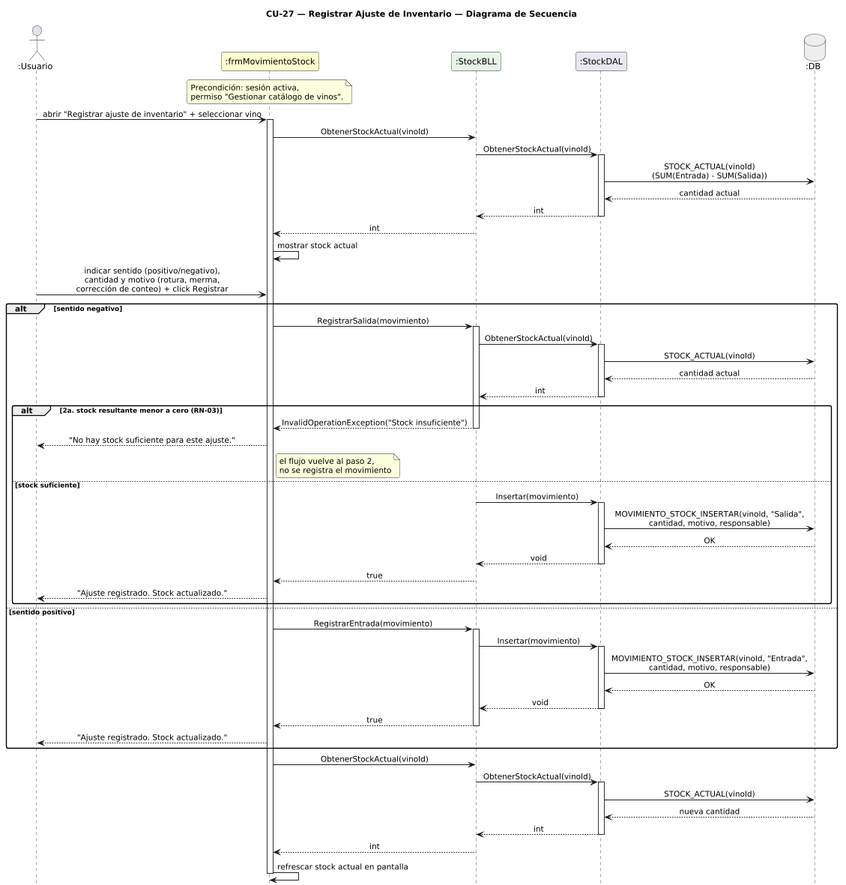
Earlier version of the PlantUML export DIAGRAMAS/DiagramaSecuencia_CU27_RegistrarAjusteInventario.png (Jesifu/club-de-vinos-td).
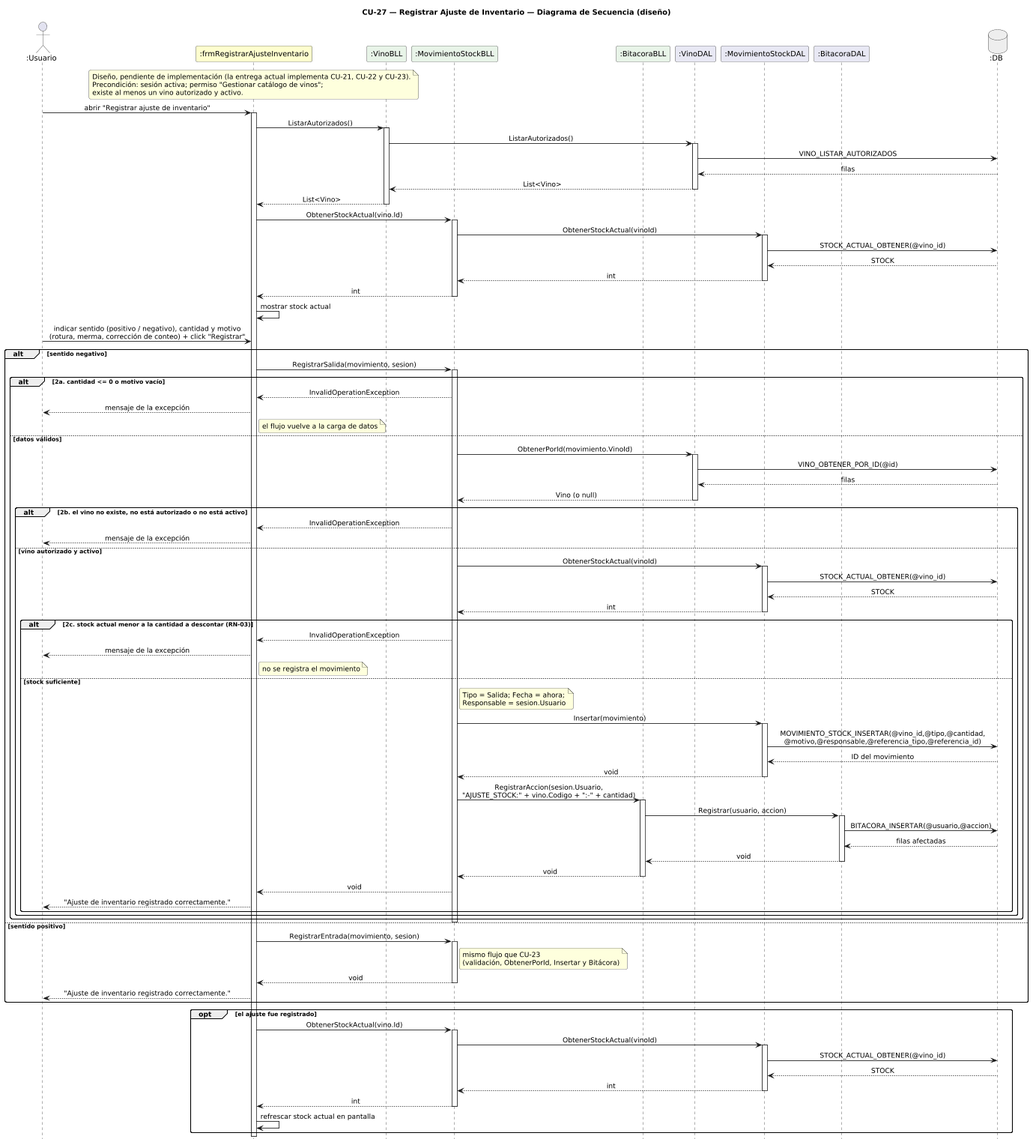
After the commit.

The edit, as a diff of the source:
```diff
@@ -1,87 +1,134 @@
 @startuml DiagramaSecuencia_CU27_RegistrarAjusteInventario
 
-title CU-27 — Registrar Ajuste de Inventario — Diagrama de Secuencia
+title CU-27 — Registrar Ajuste de Inventario — Diagrama de Secuencia (diseño)
 
 skinparam shadowing false
 skinparam roundcorner 6
 skinparam sequenceArrowThickness 1.2
 skinparam sequenceMessageAlign center
 hide footbox
-scale 0.8
+scale 0.7
 
-actor       ":Usuario"            as U
-participant ":frmMovimientoStock" as FM #FEFECE
-participant ":StockBLL"           as SB #E8F4E8
-participant ":StockDAL"           as SD #E8E8F4
-database    ":DB"                 as DB #EEEEEE
+actor       ":Usuario"                       as U
+participant ":frmRegistrarAjusteInventario"  as FJ #FEFECE
+participant ":VinoBLL"                       as VB #E8F4E8
+participant ":MovimientoStockBLL"            as MB #E8F4E8
+participant ":BitacoraBLL"                   as BB #E8F4E8
+participant ":VinoDAL"                       as VD #E8E8F4
+participant ":MovimientoStockDAL"            as MD #E8E8F4
+participant ":BitacoraDAL"                   as TD #E8E8F4
+database    ":DB"                            as DB #EEEEEE
 
-note over FM
-  Precondición: sesión activa,
-  permiso "Gestionar catálogo de vinos".
+note over FJ
+  Diseño, pendiente de implementación (la entrega actual implementa CU-21, CU-22 y CU-23).
+  Precondición: sesión activa; permiso "Gestionar catálogo de vinos";
+  existe al menos un vino autorizado y activo.
 end note
 
-U -> FM : abrir "Registrar ajuste de inventario" + seleccionar vino
-activate FM
-FM -> SB : ObtenerStockActual(vinoId)
-SB -> SD : ObtenerStockActual(vinoId)
-activate SD
-SD -> DB : STOCK_ACTUAL(vinoId)\n(SUM(Entrada) - SUM(Salida))
-DB --> SD : cantidad actual
-SD --> SB : int
-deactivate SD
-SB --> FM : int
-FM -> FM : mostrar stock actual
+U -> FJ : abrir "Registrar ajuste de inventario"
+activate FJ
+FJ -> VB : ListarAutorizados()
+activate VB
+VB -> VD : ListarAutorizados()
+activate VD
+VD -> DB : VINO_LISTAR_AUTORIZADOS
+DB --> VD : filas
+VD --> VB : List<Vino>
+deactivate VD
+VB --> FJ : List<Vino>
+deactivate VB
 
-U -> FM : indicar sentido (positivo/negativo),\ncantidad y motivo (rotura, merma,\ncorrección de conteo) + click Registrar
+FJ -> MB : ObtenerStockActual(vino.Id)
+activate MB
+MB -> MD : ObtenerStockActual(vinoId)
+activate MD
+MD -> DB : STOCK_ACTUAL_OBTENER(@vino_id)
+DB --> MD : STOCK
+MD --> MB : int
+deactivate MD
+MB --> FJ : int
+deactivate MB
+FJ -> FJ : mostrar stock actual
+
+U -> FJ : indicar sentido (positivo / negativo), cantidad y motivo\n(rotura, merma, corrección de conteo) + click "Registrar"
+
 alt sentido negativo
-  FM -> SB : RegistrarSalida(movimiento)
-  activate SB
-  SB -> SD : ObtenerStockActual(vinoId)
-  activate SD
-  SD -> DB : STOCK_ACTUAL(vinoId)
-  DB --> SD : cantidad actual
-  SD --> SB : int
-  deactivate SD
+  FJ -> MB : RegistrarSalida(movimiento, sesion)
+  activate MB
 
-  alt 2a. stock resultante menor a cero (RN-03)
-    SB --> FM : InvalidOperationException("Stock insuficiente")
-    deactivate SB
-    FM --> U : "No hay stock suficiente para este ajuste."
-    note right of FM : el flujo vuelve al paso 2,\nno se registra el movimiento
-  else stock suficiente
-    SB -> SD : Insertar(movimiento)
-    activate SD
-    SD -> DB : MOVIMIENTO_STOCK_INSERTAR(vinoId, "Salida",\ncantidad, motivo, responsable)
-    DB --> SD : OK
-    SD --> SB : void
-    deactivate SD
-    SB --> FM : true
-    deactivate SB
-    FM --> U : "Ajuste registrado. Stock actualizado."
+  alt 2a. cantidad <= 0 o motivo vacío
+    MB --> FJ : InvalidOperationException
+    FJ --> U : mensaje de la excepción
+    note right of FJ : el flujo vuelve a la carga de datos
+  else datos válidos
+    MB -> VD : ObtenerPorId(movimiento.VinoId)
+    activate VD
+    VD -> DB : VINO_OBTENER_POR_ID(@id)
+    DB --> VD : filas
+    VD --> MB : Vino (o null)
+    deactivate VD
+
+    alt 2b. el vino no existe, no está autorizado o no está activo
+      MB --> FJ : InvalidOperationException
+      FJ --> U : mensaje de la excepción
+    else vino autorizado y activo
+      MB -> MD : ObtenerStockActual(vinoId)
+      activate MD
+      MD -> DB : STOCK_ACTUAL_OBTENER(@vino_id)
+      DB --> MD : STOCK
+      MD --> MB : int
+      deactivate MD
+
+      alt 2c. stock actual menor a la cantidad a descontar (RN-03)
+        MB --> FJ : InvalidOperationException
+        FJ --> U : mensaje de la excepción
+        note right of FJ : no se registra el movimiento
+      else stock suficiente
+        note right of MB : Tipo = Salida; Fecha = ahora;\nResponsable = sesion.Usuario
+        MB -> MD : Insertar(movimiento)
+        activate MD
+        MD -> DB : MOVIMIENTO_STOCK_INSERTAR(@vino_id,@tipo,@cantidad,\n@motivo,@responsable,@referencia_tipo,@referencia_id)
+        DB --> MD : ID del movimiento
+        MD --> MB : void
+        deactivate MD
+        MB -> BB : RegistrarAccion(sesion.Usuario,\n"AJUSTE_STOCK:" + vino.Codigo + ":-" + cantidad)
+        activate BB
+        BB -> TD : Registrar(usuario, accion)
+        activate TD
+        TD -> DB : BITACORA_INSERTAR(@usuario,@accion)
+        DB --> TD : filas afectadas
+        TD --> BB : void
+        deactivate TD
+        BB --> MB : void
+        deactivate BB
+        MB --> FJ : void
+        FJ --> U : "Ajuste de inventario registrado correctamente."
+      end
+    end
   end
+  deactivate MB
 else sentido positivo
-  FM -> SB : RegistrarEntrada(movimiento)
-  activate SB
-  SB -> SD : Insertar(movimiento)
-  activate SD
-  SD -> DB : MOVIMIENTO_STOCK_INSERTAR(vinoId, "Entrada",\ncantidad, motivo, responsable)
-  DB --> SD : OK
-  SD --> SB : void
-  deactivate SD
-  SB --> FM : true
-  deactivate SB
-  FM --> U : "Ajuste registrado. Stock actualizado."
+  FJ -> MB : RegistrarEntrada(movimiento, sesion)
+  activate MB
+  note right of MB : mismo flujo que CU-23\n(validación, ObtenerPorId, Insertar y Bitácora)
+  MB --> FJ : void
+  deactivate MB
+  FJ --> U : "Ajuste de inventario registrado correctamente."
 end
 
-FM -> SB : ObtenerStockActual(vinoId)
-SB -> SD : ObtenerStockActual(vinoId)
-activate SD
-SD -> DB : STOCK_ACTUAL(vinoId)
-DB --> SD : nueva cantidad
-SD --> SB : int
-deactivate SD
-SB --> FM : int
-FM -> FM : refrescar stock actual en pantalla
-deactivate FM
+opt el ajuste fue registrado
+  FJ -> MB : ObtenerStockActual(vino.Id)
+  activate MB
+  MB -> MD : ObtenerStockActual(vinoId)
+  activate MD
+  MD -> DB : STOCK_ACTUAL_OBTENER(@vino_id)
+  DB --> MD : STOCK
+  MD --> MB : int
+  deactivate MD
+  MB --> FJ : int
+  deactivate MB
+  FJ -> FJ : refrescar stock actual en pantalla
+end
+deactivate FJ
 
 @enduml
```
